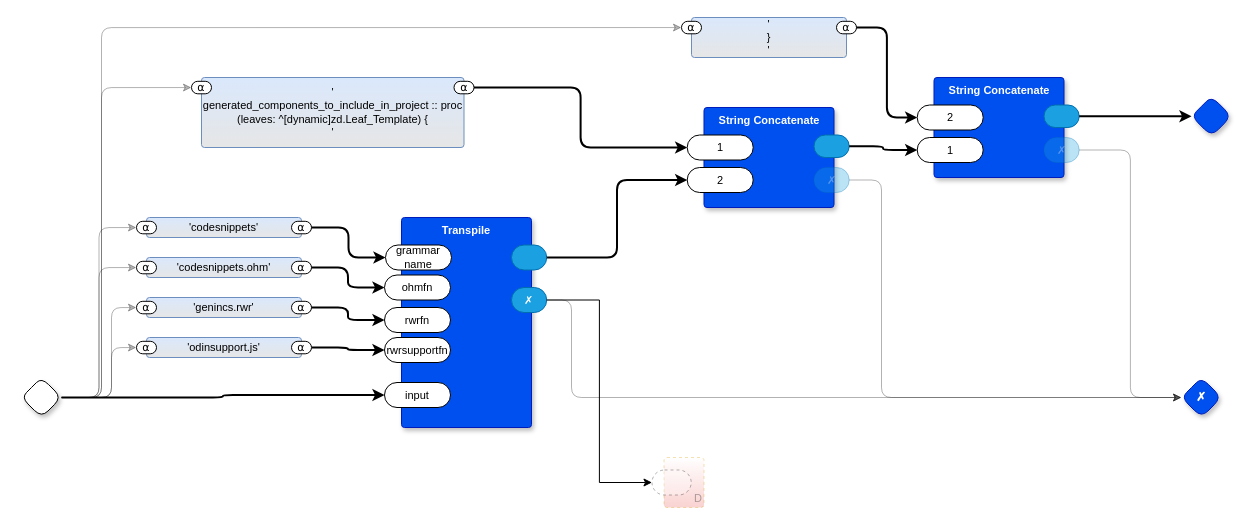
The draw.io diagram page "Generate Includes" (8 of 21) of gen0d.drawio in guitarvydas/gen0d, before the edit. Source tidied: cells renumbered, new cells numbered last; positions are measured from the earlier drawing's top-left corner, leaving out a move shared by most shapes. Both pictures are drawn from the tidied source at 100%, with x=0, y=0 at pixel (21, 17).
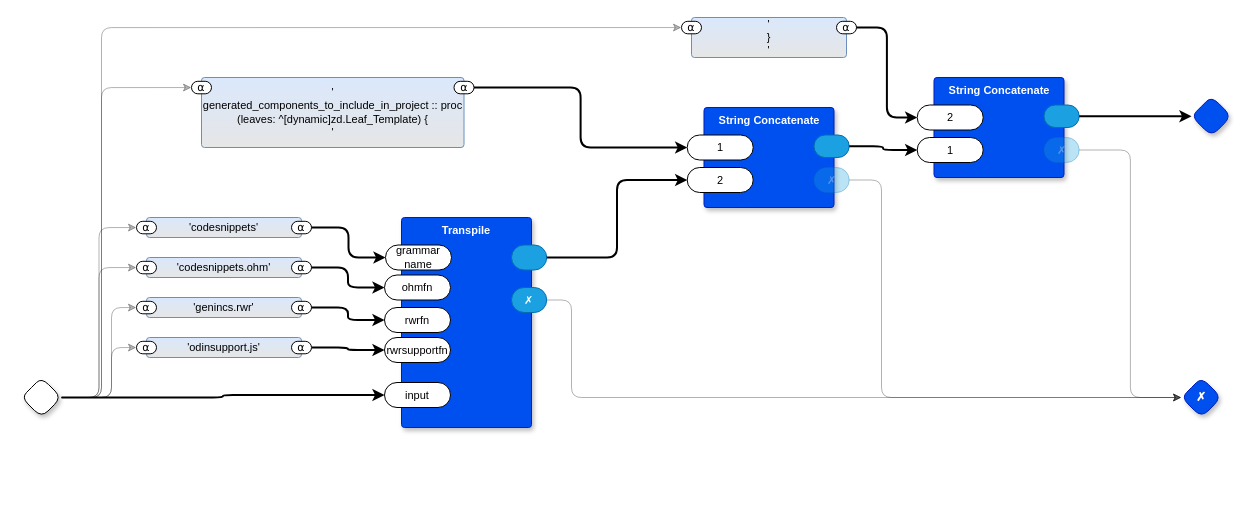
The same page after the edit.

The change refers to these unchanged cells:
```xml
<mxCell id="7" value="✗" style="rounded=1;whiteSpace=wrap;html=1;sketch=0;points=[[0,0.5,0,0,0],[1,0.5,0,0,0]];fillColor=#1ba1e2;fontColor=#ffffff;strokeColor=#006EAF;arcSize=50;fontFamily=Helvetica;fontSize=11;" parent="4" vertex="1">
  <mxGeometry x="110" y="70" width="35.2" height="25" as="geometry" />
</mxCell>
```

Change to the diagram source:
```diff
@@
-    <mxCell id="60" value="D" style="rounded=1;whiteSpace=wrap;html=1;sketch=0;verticalAlign=bottom;arcSize=6;fontStyle=0;absoluteArcSize=1;shadow=0;strokeColor=#d79b00;fillColor=#FFFFFF;fontFamily=Helvetica;fontSize=11;dashed=1;opacity=30;align=right;textOpacity=30;gradientColor=#EA6B66;fontColor=default;" parent="1" vertex="1">
-      <mxGeometry x="642.5" y="440" width="40" height="50" as="geometry" />
-    </mxCell>
-    <mxCell id="61" style="rounded=1;whiteSpace=wrap;html=1;sketch=0;points=[[0,0.5,0,0,0],[1,0.5,0,0,0]];arcSize=50;fontFamily=Helvetica;fontSize=11;fontColor=default;dashed=1;textOpacity=50;opacity=30;fontStyle=0;" parent="60" vertex="1">
-      <mxGeometry x="-12" y="12.5" width="39.2" height="25" as="geometry" />
-    </mxCell>
-    <mxCell id="62" style="edgeStyle=orthogonalEdgeStyle;rounded=0;jettySize=auto;html=1;exitX=1;exitY=0.5;exitDx=0;exitDy=0;exitPerimeter=0;entryX=0;entryY=0.5;entryDx=0;entryDy=0;entryPerimeter=0;" parent="1" edge="1" source="7" target="61">
-      <mxGeometry relative="1" as="geometry" />
-    </mxCell>
```
